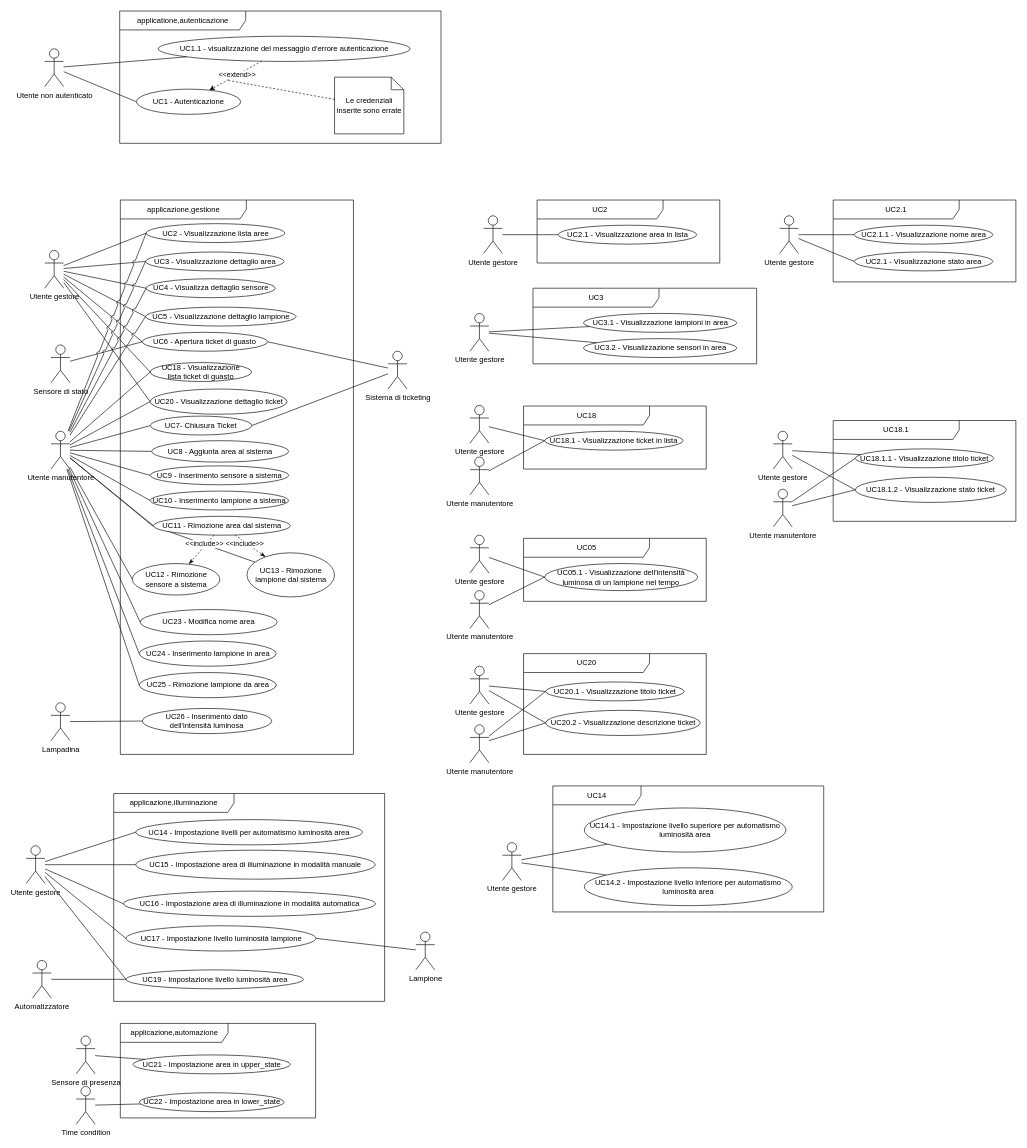
SWEasabi/analisi-dei-requisiti keeps this draw.io diagram as page "OK" (1 of 8) of casi_uso_grafici.drawio. Above is the earlier version. Source tidied: cells renumbered, new cells numbered last; positions are measured from the earlier drawing's top-left corner, leaving out a move shared by most shapes. Both pictures are drawn from the tidied source at 63%, with x=0, y=0 at pixel (26, 11).
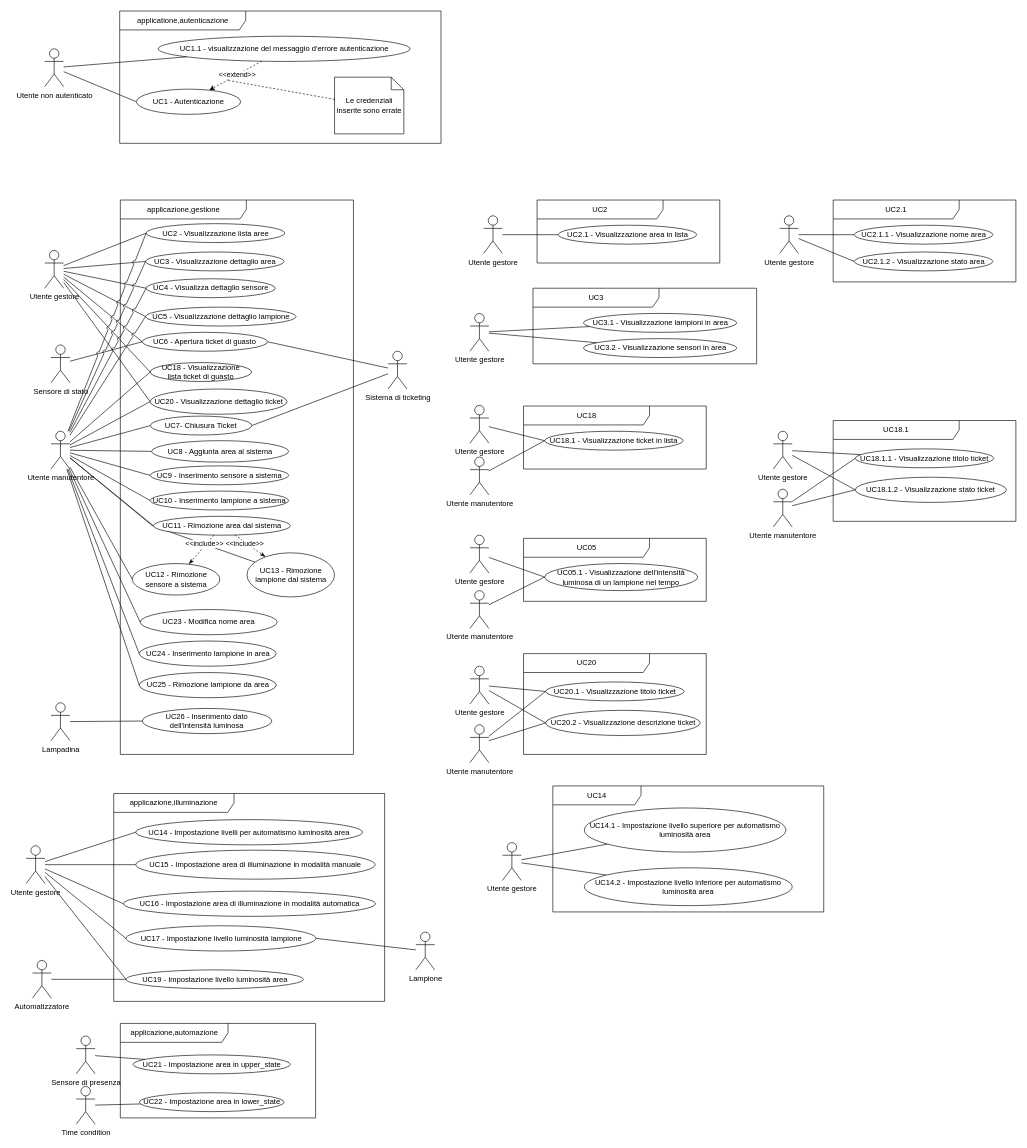
Above is the later version.

Commit message:
Corretto piccolo errore

Diff of the diagram source:
```diff
@@
-    <mxCell id="130" value="UC2.1 - Visualizzazione stato area" style="ellipse;whiteSpace=wrap;html=1;" parent="1" vertex="1">
+    <mxCell id="130" value="UC2.1.2 - Visualizzazione stato area" style="ellipse;whiteSpace=wrap;html=1;" parent="1" vertex="1">
       <mxGeometry x="1314.5" y="382.5" width="220" height="30" as="geometry" />
     </mxCell>
```
